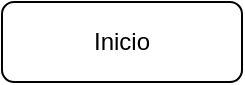
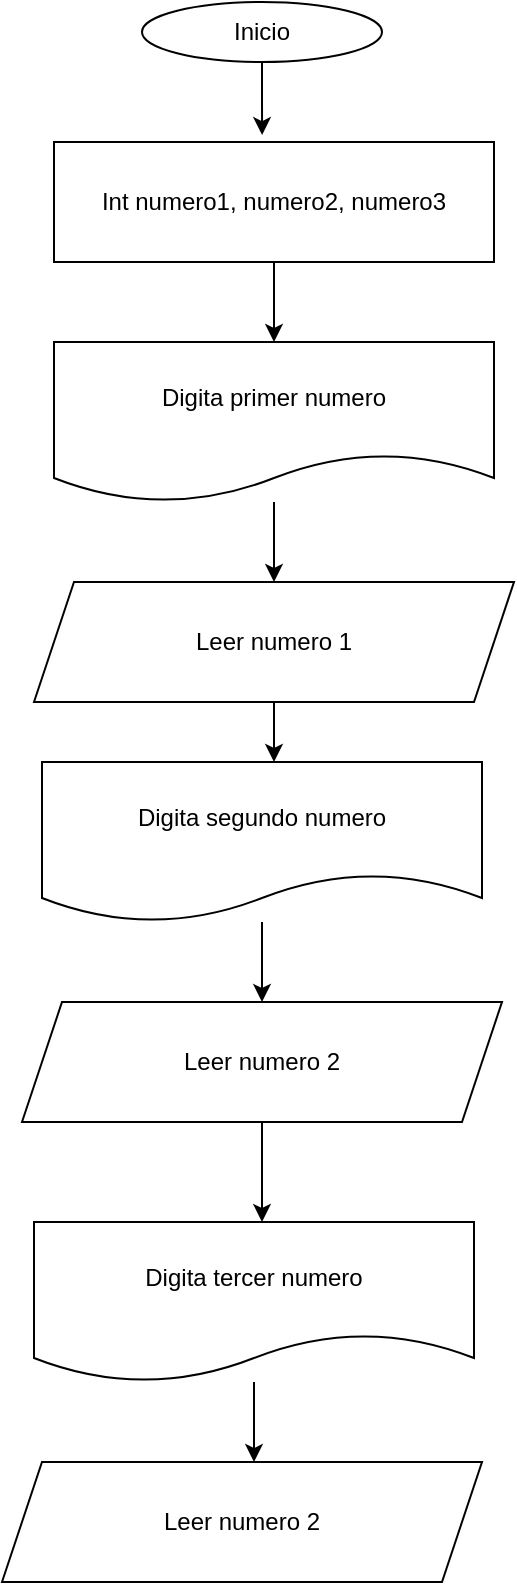
<mxfile host="app.diagrams.net">
  <diagram name="Página-1" id="me-NIgjdbT9li_4ZRfyp">
    <mxGraphModel dx="1174" dy="684" grid="1" gridSize="10" guides="1" tooltips="1" connect="1" arrows="1" fold="1" page="1" pageScale="1" pageWidth="827" pageHeight="1169" math="0" shadow="0">
      <root>
        <mxCell id="0" />
        <mxCell id="1" parent="0" />
-         <mxCell id="fm5XaFIpMqrEObxNKDHF-2" parent="1" style="rounded=1;whiteSpace=wrap;html=1;" value="Inicio" vertex="1">
-           <mxGeometry height="40" width="120" x="370" y="130" as="geometry" />
+         <mxCell id="to2dw7DZSK201Xa8oCmh-1" parent="1" style="ellipse;whiteSpace=wrap;html=1;" value="Inicio" vertex="1">
+           <mxGeometry height="30" width="120" x="354" y="120" as="geometry" />
+         </mxCell>
+         <mxCell id="to2dw7DZSK201Xa8oCmh-6" edge="1" parent="1" source="to2dw7DZSK201Xa8oCmh-2" style="edgeStyle=orthogonalEdgeStyle;rounded=0;orthogonalLoop=1;jettySize=auto;html=1;">
+           <mxGeometry relative="1" as="geometry">
+             <mxPoint x="420" y="290" as="targetPoint" />
+           </mxGeometry>
+         </mxCell>
+         <mxCell id="to2dw7DZSK201Xa8oCmh-2" parent="1" style="rounded=0;whiteSpace=wrap;html=1;" value="Int numero1, numero2, numero3" vertex="1">
+           <mxGeometry height="60" width="220" x="310" y="190" as="geometry" />
+         </mxCell>
+         <mxCell id="to2dw7DZSK201Xa8oCmh-3" edge="1" parent="1" source="to2dw7DZSK201Xa8oCmh-1" style="edgeStyle=orthogonalEdgeStyle;rounded=0;orthogonalLoop=1;jettySize=auto;html=1;entryX=0.473;entryY=-0.058;entryDx=0;entryDy=0;entryPerimeter=0;" target="to2dw7DZSK201Xa8oCmh-2">
+           <mxGeometry relative="1" as="geometry" />
+         </mxCell>
+         <mxCell id="to2dw7DZSK201Xa8oCmh-15" edge="1" parent="1" source="to2dw7DZSK201Xa8oCmh-5" style="edgeStyle=orthogonalEdgeStyle;rounded=0;orthogonalLoop=1;jettySize=auto;html=1;entryX=0.5;entryY=0;entryDx=0;entryDy=0;" target="to2dw7DZSK201Xa8oCmh-7">
+           <mxGeometry relative="1" as="geometry" />
+         </mxCell>
+         <mxCell id="to2dw7DZSK201Xa8oCmh-5" parent="1" style="shape=document;whiteSpace=wrap;html=1;boundedLbl=1;" value="Digita primer numero" vertex="1">
+           <mxGeometry height="80" width="220" x="310" y="290" as="geometry" />
+         </mxCell>
+         <mxCell id="to2dw7DZSK201Xa8oCmh-17" edge="1" parent="1" source="to2dw7DZSK201Xa8oCmh-7" style="edgeStyle=orthogonalEdgeStyle;rounded=0;orthogonalLoop=1;jettySize=auto;html=1;">
+           <mxGeometry relative="1" as="geometry">
+             <mxPoint x="420" y="500" as="targetPoint" />
+           </mxGeometry>
+         </mxCell>
+         <mxCell id="to2dw7DZSK201Xa8oCmh-7" parent="1" style="shape=parallelogram;perimeter=parallelogramPerimeter;whiteSpace=wrap;html=1;fixedSize=1;" value="Leer numero 1" vertex="1">
+           <mxGeometry height="60" width="240" x="300" y="410" as="geometry" />
+         </mxCell>
+         <mxCell id="to2dw7DZSK201Xa8oCmh-19" edge="1" parent="1" source="to2dw7DZSK201Xa8oCmh-16" style="edgeStyle=orthogonalEdgeStyle;rounded=0;orthogonalLoop=1;jettySize=auto;html=1;entryX=0.5;entryY=0;entryDx=0;entryDy=0;" target="to2dw7DZSK201Xa8oCmh-18">
+           <mxGeometry relative="1" as="geometry" />
+         </mxCell>
+         <mxCell id="to2dw7DZSK201Xa8oCmh-16" parent="1" style="shape=document;whiteSpace=wrap;html=1;boundedLbl=1;" value="Digita segundo numero" vertex="1">
+           <mxGeometry height="80" width="220" x="304" y="500" as="geometry" />
+         </mxCell>
+         <mxCell id="to2dw7DZSK201Xa8oCmh-21" edge="1" parent="1" source="to2dw7DZSK201Xa8oCmh-18" style="edgeStyle=orthogonalEdgeStyle;rounded=0;orthogonalLoop=1;jettySize=auto;html=1;">
+           <mxGeometry relative="1" as="geometry">
+             <mxPoint x="414" y="730" as="targetPoint" />
+           </mxGeometry>
+         </mxCell>
+         <mxCell id="to2dw7DZSK201Xa8oCmh-18" parent="1" style="shape=parallelogram;perimeter=parallelogramPerimeter;whiteSpace=wrap;html=1;fixedSize=1;" value="Leer numero 2" vertex="1">
+           <mxGeometry height="60" width="240" x="294" y="620" as="geometry" />
+         </mxCell>
+         <mxCell id="to2dw7DZSK201Xa8oCmh-23" edge="1" parent="1" source="to2dw7DZSK201Xa8oCmh-20" style="edgeStyle=orthogonalEdgeStyle;rounded=0;orthogonalLoop=1;jettySize=auto;html=1;">
+           <mxGeometry relative="1" as="geometry">
+             <mxPoint x="410" y="850" as="targetPoint" />
+           </mxGeometry>
+         </mxCell>
+         <mxCell id="to2dw7DZSK201Xa8oCmh-20" parent="1" style="shape=document;whiteSpace=wrap;html=1;boundedLbl=1;" value="Digita tercer numero" vertex="1">
+           <mxGeometry height="80" width="220" x="300" y="730" as="geometry" />
+         </mxCell>
+         <mxCell id="to2dw7DZSK201Xa8oCmh-22" parent="1" style="shape=parallelogram;perimeter=parallelogramPerimeter;whiteSpace=wrap;html=1;fixedSize=1;" value="Leer numero 2" vertex="1">
+           <mxGeometry height="60" width="240" x="284" y="850" as="geometry" />
        </mxCell>
      </root>
    </mxGraphModel>
  </diagram>
</mxfile>
